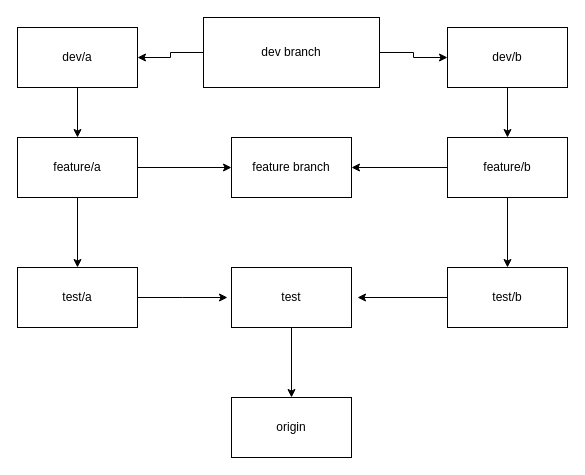
Before: assets/branch_explain.drawio in Betcor/PFLAC, a draw.io diagram. Source tidied: cells renumbered, new cells numbered last; positions are measured from the earlier drawing's top-left corner, leaving out a move shared by most shapes. Both pictures are drawn from the tidied source at 100%, with x=0, y=0 at pixel (17, 17).
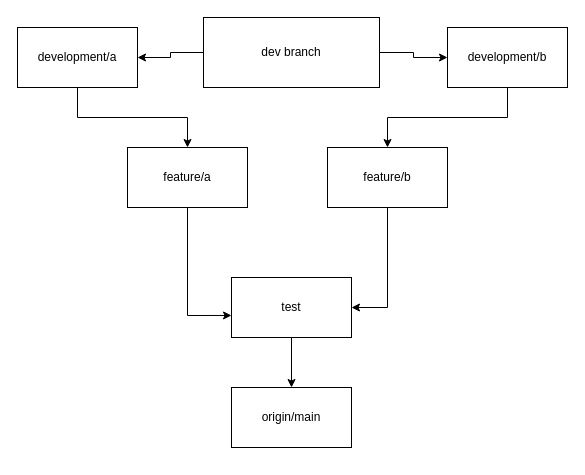
The same page after the edit.

Commit message (it also covers changes not shown here):
update git branch explain

Diff of the diagram source:
```diff
@@
-    <mxCell id="5" value="feature branch" style="whiteSpace=wrap;html=1;rounded=0;" parent="1" vertex="1">
-      <mxGeometry x="214" y="120" width="120" height="60" as="geometry" />
-    </mxCell>
@@
-    <mxCell id="7" value="dev/a" style="rounded=0;whiteSpace=wrap;html=1;" parent="1" vertex="1">
+    <mxCell id="7" value="development/a" style="rounded=0;whiteSpace=wrap;html=1;" parent="1" vertex="1">
       <mxGeometry y="10" width="120" height="60" as="geometry" />
     </mxCell>
@@
-    <mxCell id="9" value="dev/b" style="rounded=0;whiteSpace=wrap;html=1;" parent="1" vertex="1">
+    <mxCell id="9" value="development/b" style="rounded=0;whiteSpace=wrap;html=1;" parent="1" vertex="1">
       <mxGeometry x="430" y="10" width="120" height="60" as="geometry" />
     </mxCell>
-    <mxCell id="10" style="edgeStyle=orthogonalEdgeStyle;rounded=0;jettySize=auto;html=1;" parent="1" edge="1" source="12" target="17">
-      <mxGeometry relative="1" as="geometry" />
-    </mxCell>
-    <mxCell id="11" style="edgeStyle=orthogonalEdgeStyle;rounded=0;jettySize=auto;html=1;" parent="1" edge="1" source="12" target="5">
-      <mxGeometry relative="1" as="geometry" />
-    </mxCell>
     <mxCell id="12" value="feature/a" style="rounded=0;whiteSpace=wrap;html=1;" parent="1" vertex="1">
-      <mxGeometry y="120" width="120" height="60" as="geometry" />
+      <mxGeometry x="110" y="130" width="120" height="60" as="geometry" />
     </mxCell>
-    <mxCell id="13" style="edgeStyle=orthogonalEdgeStyle;rounded=0;jettySize=auto;html=1;" parent="1" edge="1" source="15" target="19">
-      <mxGeometry relative="1" as="geometry" />
-    </mxCell>
-    <mxCell id="14" style="edgeStyle=orthogonalEdgeStyle;rounded=0;jettySize=auto;html=1;entryX=1;entryY=0.5;entryDx=0;entryDy=0;" parent="1" edge="1" source="15" target="5">
-      <mxGeometry relative="1" as="geometry" />
-    </mxCell>
+    <mxCell id="23" style="edgeStyle=orthogonalEdgeStyle;rounded=0;jettySize=auto;html=1;entryX=1;entryY=0.5;entryDx=0;entryDy=0;" parent="1" edge="1" source="15" target="21">
+      <mxGeometry relative="1" as="geometry" />
+    </mxCell>
     <mxCell id="15" value="feature/b" style="rounded=0;whiteSpace=wrap;html=1;" parent="1" vertex="1">
-      <mxGeometry x="430" y="120" width="120" height="60" as="geometry" />
+      <mxGeometry x="310" y="130" width="120" height="60" as="geometry" />
     </mxCell>
-    <mxCell id="16" style="edgeStyle=orthogonalEdgeStyle;rounded=0;jettySize=auto;html=1;" parent="1" edge="1" source="17">
-      <mxGeometry relative="1" as="geometry">
-        <mxPoint x="210" y="280" as="targetPoint" />
-      </mxGeometry>
-    </mxCell>
-    <mxCell id="17" value="test/a" style="rounded=0;whiteSpace=wrap;html=1;" parent="1" vertex="1">
-      <mxGeometry y="250" width="120" height="60" as="geometry" />
-    </mxCell>
-    <mxCell id="18" style="edgeStyle=orthogonalEdgeStyle;rounded=0;jettySize=auto;html=1;" parent="1" edge="1" source="19">
-      <mxGeometry relative="1" as="geometry">
-        <mxPoint x="340" y="280" as="targetPoint" />
-      </mxGeometry>
-    </mxCell>
-    <mxCell id="19" value="test/b" style="rounded=0;whiteSpace=wrap;html=1;" parent="1" vertex="1">
-      <mxGeometry x="430" y="250" width="120" height="60" as="geometry" />
-    </mxCell>
@@
     <mxCell id="21" value="test" style="rounded=0;whiteSpace=wrap;html=1;" parent="1" vertex="1">
-      <mxGeometry x="214" y="250" width="120" height="60" as="geometry" />
+      <mxGeometry x="214" y="260" width="120" height="60" as="geometry" />
     </mxCell>
-    <mxCell id="22" value="origin" style="rounded=0;whiteSpace=wrap;html=1;" parent="1" vertex="1">
-      <mxGeometry x="214" y="380" width="120" height="60" as="geometry" />
+    <mxCell id="22" value="origin/main" style="rounded=0;whiteSpace=wrap;html=1;" parent="1" vertex="1">
+      <mxGeometry x="214" y="370" width="120" height="60" as="geometry" />
     </mxCell>
+    <mxCell id="24" style="edgeStyle=orthogonalEdgeStyle;rounded=0;jettySize=auto;html=1;entryX=0;entryY=0.633;entryDx=0;entryDy=0;entryPerimeter=0;" parent="1" edge="1" source="12" target="21">
+      <mxGeometry relative="1" as="geometry" />
+    </mxCell>
```
